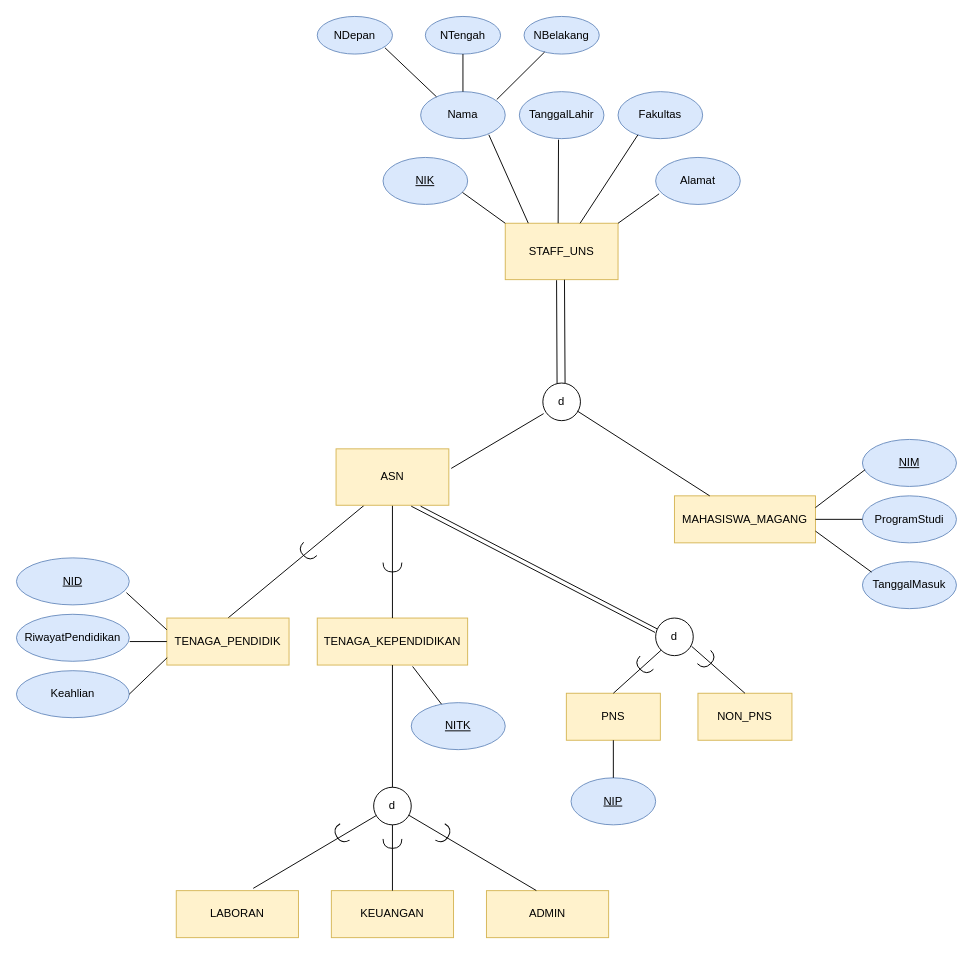
This is page "Page-1" (2 of 3) of Untitled Diagram.drawio from Drithh/ER-Diagram, a draw.io file, before an edit. Source tidied: cells renumbered, new cells numbered last; positions are measured from the earlier drawing's top-left corner, leaving out a move shared by most shapes. Both pictures are drawn from the tidied source at 94%, with x=0, y=0 at pixel (16, 16).
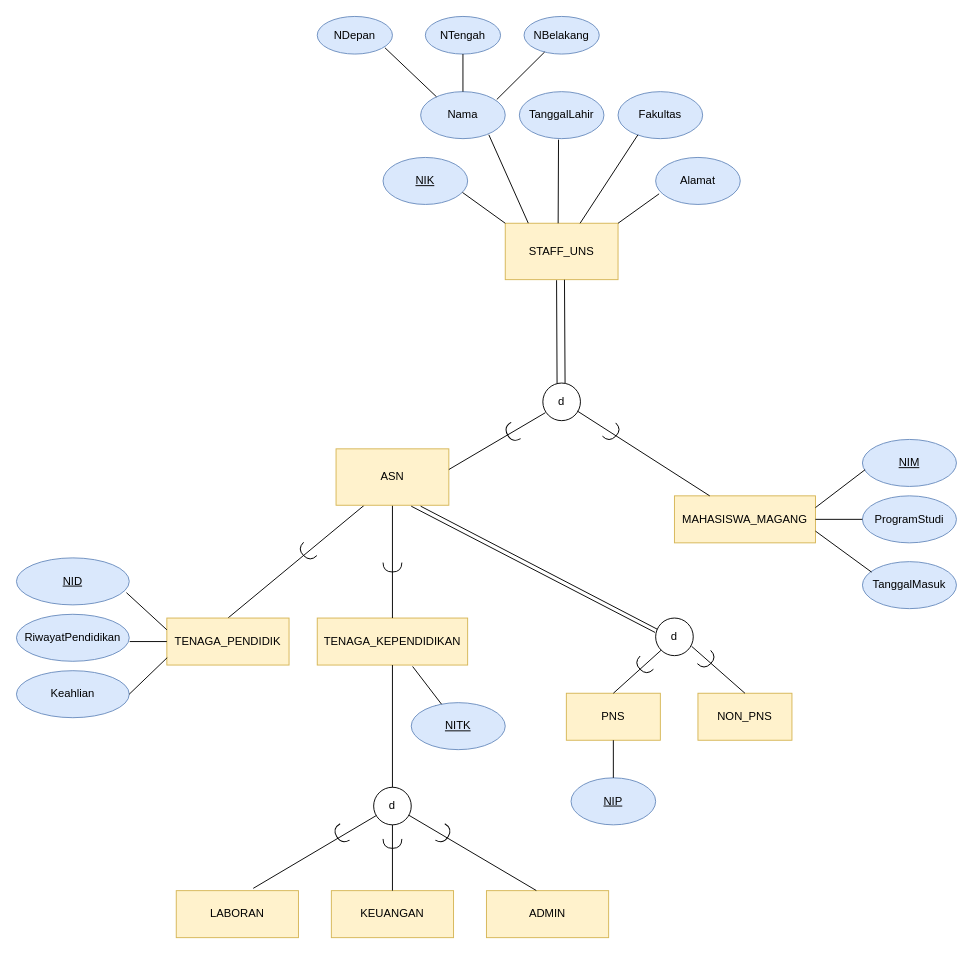
Above is the later version.

The change refers to these unchanged cells:
```xml
<mxCell id="20" value="d" style="ellipse;whiteSpace=wrap;html=1;" parent="1" vertex="1">
  <mxGeometry x="560" y="390" width="40" height="40" as="geometry" />
</mxCell>
<mxCell id="46" value="ASN" style="rounded=0;whiteSpace=wrap;html=1;fillColor=#fff2cc;strokeColor=#d6b656;" parent="1" vertex="1">
  <mxGeometry x="340" y="460" width="120" height="60" as="geometry" />
</mxCell>
<mxCell id="47" value="d" style="ellipse;whiteSpace=wrap;html=1;" parent="1" vertex="1">
  <mxGeometry x="680" y="640" width="40" height="40" as="geometry" />
</mxCell>
```

What changed in the source:
```diff
@@
-    <mxCell id="48" style="endArrow=none;html=1;entryX=0.045;entryY=0.29;entryDx=0;entryDy=0;entryPerimeter=0;" parent="1" edge="1" target="47">
+    <mxCell id="48" style="endArrow=none;html=1;" parent="1" edge="1">
       <mxGeometry relative="1" as="geometry">
         <mxPoint x="430" y="521" as="sourcePoint" />
+        <mxPoint x="682" y="652" as="targetPoint" />
       </mxGeometry>
     </mxCell>
@@
-    <mxCell id="56" style="endArrow=none;html=1;entryX=0.021;entryY=0.813;entryDx=0;entryDy=0;entryPerimeter=0;exitX=1.021;exitY=0.347;exitDx=0;exitDy=0;exitPerimeter=0;" parent="1" edge="1" source="46" target="20">
-      <mxGeometry relative="1" as="geometry" />
+    <mxCell id="56" style="endArrow=none;html=1;entryX=0.066;entryY=0.789;entryDx=0;entryDy=0;entryPerimeter=0;" parent="1" edge="1" target="20">
+      <mxGeometry relative="1" as="geometry">
+        <mxPoint x="460" y="482" as="sourcePoint" />
+      </mxGeometry>
     </mxCell>
@@
+    <mxCell id="69" style="shape=requiredInterface;html=1;verticalLabelPosition=bottom;rotation=-210;" parent="1" vertex="1">
+      <mxGeometry x="522" y="433" width="10" height="20" as="geometry" />
+    </mxCell>
+    <mxCell id="70" style="shape=requiredInterface;html=1;verticalLabelPosition=bottom;rotation=45;" parent="1" vertex="1">
+      <mxGeometry x="629" y="433" width="10" height="20" as="geometry" />
+    </mxCell>
```
